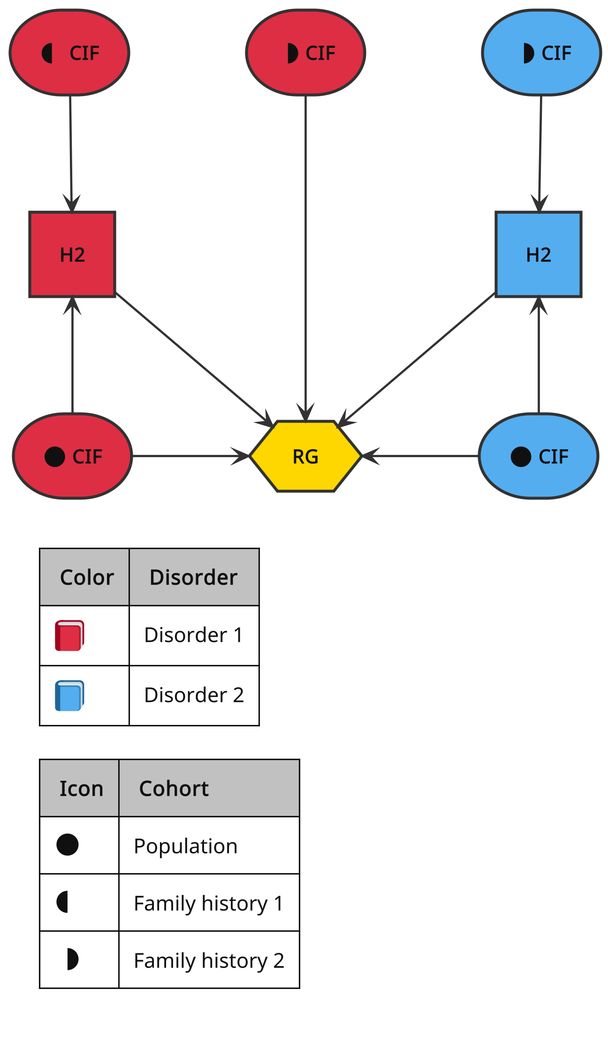
Before: guides/diagrams/pipeline-dag.png, a diagram exported from PlantUML (BioPsyk/epimight).
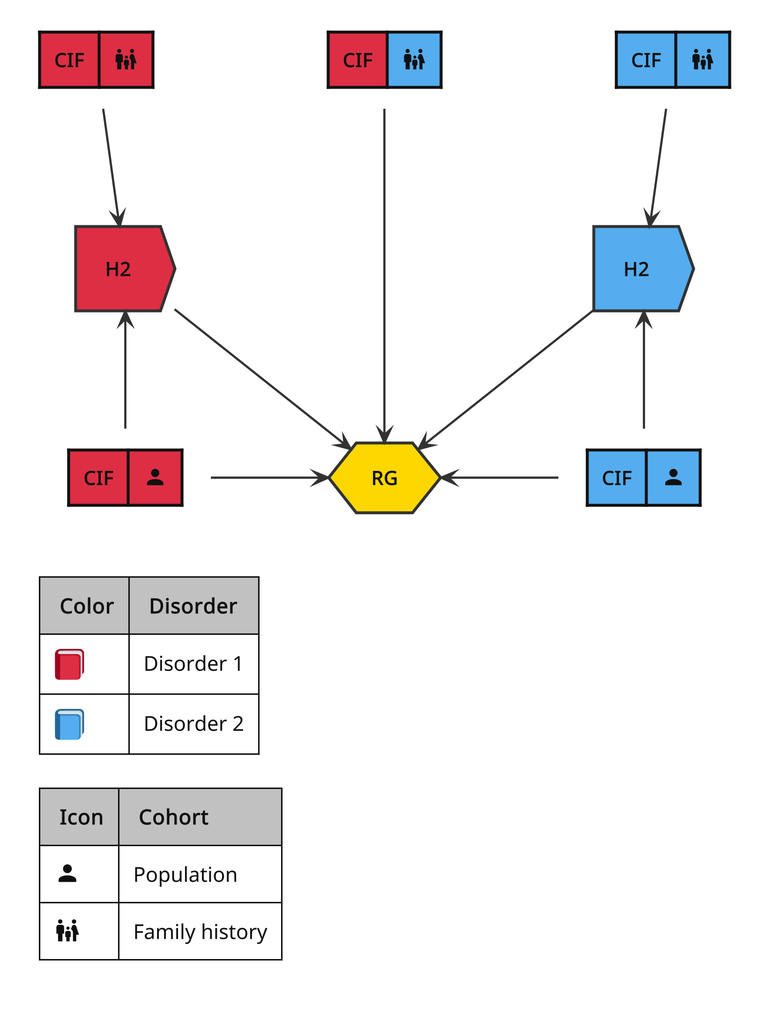
Above is the later version.

Commit message:
Improves diagram

Diff of the diagram source:
```diff
@@ -1,9 +1,6 @@
 @startuml
-!include <material7.4.47/AccountUser/AccountGroup>
-!include <material7.4.47/Weather/MoonFull>
-!include <material7.4.47/Weather/MoonFirstQuarter>
-!include <material7.4.47/Weather/MoonLastQuarter>
-!include <material/matrix>
+!include <material7.4.47/AccountUser/account>
+!include <material7.4.47/PeopleFamily/HumanMaleFemaleChild>
 !include ../diagrams/ibp.puml
 
 skinparam nodesep 80
@@ -15,18 +12,20 @@
     FontColor #111111
   }
 
-  rectangle {
-    RoundCorner 0
+  card {
+    RoundCorner     0
+    BackgroundColor transparent
+    LineColor       transparent
   }
 </style>
 
-storage "<$mdiMoonFull{scale=0.35}> **CIF**" as cif_d1_pop #dd2e44
-storage "<$mdiMoonLastQuarter{scale=0.35}> **CIF**" as cif_d1_fh1 #dd2e44
-storage "<$mdiMoonFull{scale=0.35}> **CIF**" as cif_d2_pop #54adef
-storage "<$mdiMoonFirstQuarter{scale=0.35}> **CIF**" as cif_d2_fh2 #54adef
-storage "<$mdiMoonFirstQuarter{scale=0.35}> **CIF**" as cif_d1_fh2 #dd2e44
-rectangle "**H2**" as h2_d1 #dd2e44
-rectangle "**H2**" as h2_d2 #54adef
+card "|<#dd2e44>**CIF**|<#dd2e44><$mdiAccount{scale=0.35}>|" as cif_d1_pop
+card "|<#dd2e44>**CIF**|<#dd2e44><$mdiHumanMaleFemaleChild{scale=0.35}>|" as cif_d1_fh1
+card "|<#dd2e44>**CIF**|<#54adef><$mdiHumanMaleFemaleChild{scale=0.35}>|" as cif_d1_fh2
+card "|<#54adef>**CIF**|<#54adef><$mdiAccount{scale=0.35}>|" as cif_d2_pop
+card "|<#54adef>**CIF**|<#54adef><$mdiHumanMaleFemaleChild{scale=0.35}>|" as cif_d2_fh2
+action "**H2**" as h2_d1 #dd2e44
+action "**H2**" as h2_d2 #54adef
 hexagon "**RG**" as rg #ffd600
 
 cif_d2_pop -UP-> h2_d2
@@ -47,8 +46,7 @@
   |<b><:blue_book:></b>|Disorder 2|
 
   <#silver>|= Icon|= Cohort|
-  |<b><$mdiMoonFull{scale=0.35}></b>|Population|
-  |<b><$mdiMoonLastQuarter{scale=0.35}></b>|Family history 1|
-  |<b><$mdiMoonFirstQuarter{scale=0.35}></b>|Family history 2|
+  |<b><$mdiAccount{scale=0.35}></b>|Population|
+  |<b><$mdiHumanMaleFemaleChild{scale=0.35}></b>|Family history|
 endlegend
 @enduml
```
